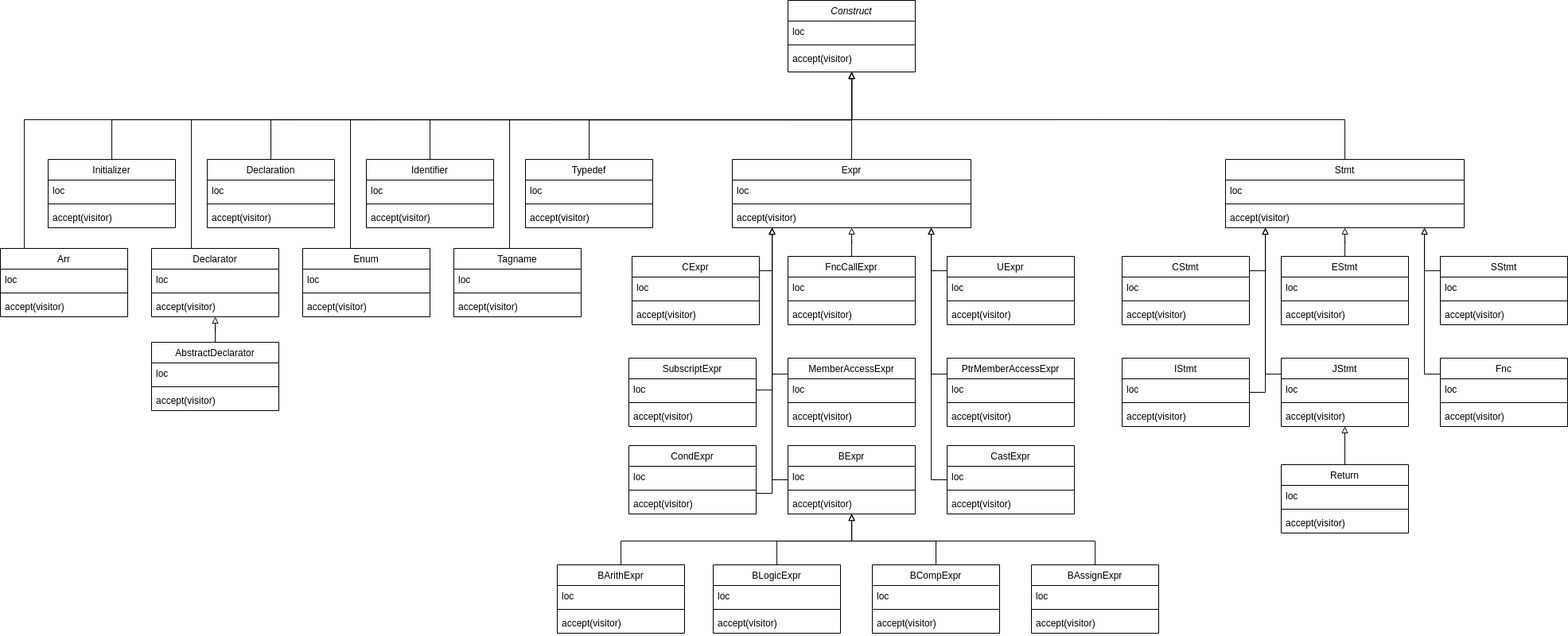
hruboson/memviz keeps this draw.io diagram as doc/ast.drawio.png. Above is the earlier version. Source tidied: cells renumbered, new cells last; positions are measured from the earlier drawing's top-left corner, leaving out a move shared by most shapes.
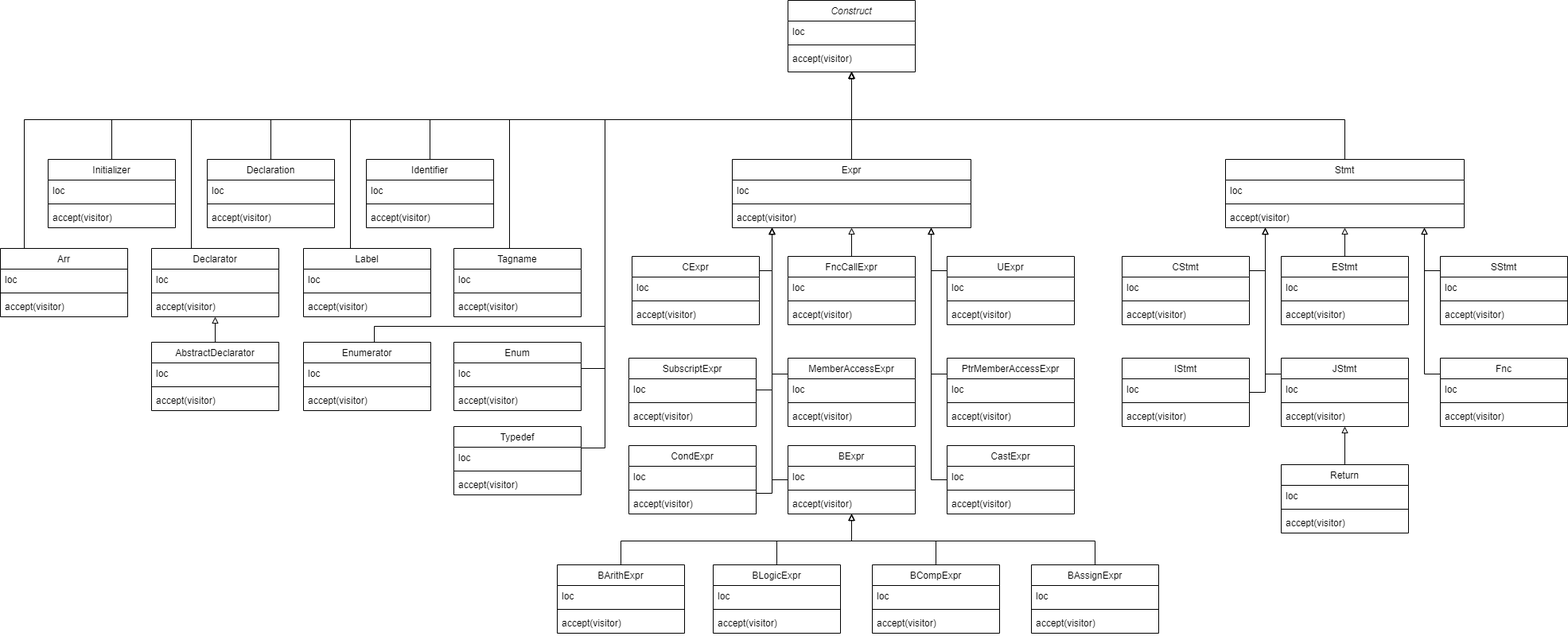
Above is the later version.

What changed in the source:
```diff
@@ -2,6 +2,24 @@
   <root>
     <mxCell id="0" />
     <mxCell id="1" parent="0" />
+    <mxCell id="161" style="edgeStyle=orthogonalEdgeStyle;rounded=0;jettySize=auto;html=1;endArrow=block;endFill=0;" parent="1" edge="1" source="167" target="2">
+      <mxGeometry relative="1" as="geometry">
+        <Array as="points">
+          <mxPoint x="440" y="150" />
+          <mxPoint x="1070" y="150" />
+        </Array>
+      </mxGeometry>
+    </mxCell>
+    <mxCell id="162" style="edgeStyle=orthogonalEdgeStyle;rounded=0;jettySize=auto;html=1;endArrow=block;endFill=0;" parent="1" edge="1" source="163" target="2">
+      <mxGeometry relative="1" as="geometry">
+        <Array as="points">
+          <mxPoint x="470" y="410" />
+          <mxPoint x="760" y="410" />
+          <mxPoint x="760" y="150" />
+          <mxPoint x="1070" y="150" />
+        </Array>
+      </mxGeometry>
+    </mxCell>
     <mxCell id="2" value="Construct" style="swimlane;fontStyle=2;align=center;verticalAlign=top;horizontal=1;startSize=26;rounded=0;shadow=0;strokeWidth=1;" parent="1" vertex="1">
       <mxGeometry x="990" width="160" height="90" as="geometry" />
     </mxCell>
@@ -112,13 +130,14 @@
     <mxCell id="31" style="edgeStyle=orthogonalEdgeStyle;rounded=0;jettySize=auto;html=1;endArrow=block;endFill=0;" parent="1" edge="1" source="32" target="2">
       <mxGeometry relative="1" as="geometry">
         <Array as="points">
-          <mxPoint x="440" y="150" />
+          <mxPoint x="760" y="463" />
+          <mxPoint x="760" y="150" />
           <mxPoint x="1070" y="150" />
         </Array>
       </mxGeometry>
     </mxCell>
     <mxCell id="32" value="Enum" style="swimlane;fontStyle=0;align=center;verticalAlign=top;horizontal=1;startSize=26;rounded=0;shadow=0;strokeWidth=1;" parent="1" vertex="1">
-      <mxGeometry x="380" y="312" width="160" height="86" as="geometry" />
+      <mxGeometry x="570" y="430" width="160" height="86" as="geometry" />
     </mxCell>
     <mxCell id="33" value="loc" style="text;align=left;verticalAlign=top;spacingLeft=4;spacingRight=4;overflow=hidden;rounded=0;shadow=0;html=0;" parent="32" vertex="1">
       <mxGeometry y="26" width="160" height="26" as="geometry" />
@@ -584,13 +603,14 @@
     <mxCell id="156" style="edgeStyle=orthogonalEdgeStyle;rounded=0;jettySize=auto;html=1;endArrow=block;endFill=0;" parent="1" edge="1" source="157" target="2">
       <mxGeometry relative="1" as="geometry">
         <Array as="points">
-          <mxPoint x="740" y="150" />
+          <mxPoint x="760" y="563" />
+          <mxPoint x="760" y="150" />
           <mxPoint x="1070" y="150" />
         </Array>
       </mxGeometry>
     </mxCell>
     <mxCell id="157" value="Typedef" style="swimlane;fontStyle=0;align=center;verticalAlign=top;horizontal=1;startSize=26;rounded=0;shadow=0;strokeWidth=1;" parent="1" vertex="1">
-      <mxGeometry x="660" y="200" width="160" height="86" as="geometry" />
+      <mxGeometry x="570" y="536" width="160" height="86" as="geometry" />
     </mxCell>
     <mxCell id="158" value="loc" style="text;align=left;verticalAlign=top;spacingLeft=4;spacingRight=4;overflow=hidden;rounded=0;shadow=0;html=0;" parent="157" vertex="1">
       <mxGeometry y="26" width="160" height="26" as="geometry" />
@@ -601,5 +621,29 @@
     <mxCell id="160" value="accept(visitor)" style="text;align=left;verticalAlign=top;spacingLeft=4;spacingRight=4;overflow=hidden;rounded=0;shadow=0;html=0;" parent="157" vertex="1">
       <mxGeometry y="60" width="160" height="26" as="geometry" />
     </mxCell>
+    <mxCell id="163" value="Enumerator" style="swimlane;fontStyle=0;align=center;verticalAlign=top;horizontal=1;startSize=26;rounded=0;shadow=0;strokeWidth=1;" parent="1" vertex="1">
+      <mxGeometry x="381" y="430" width="160" height="86" as="geometry" />
+    </mxCell>
+    <mxCell id="164" value="loc" style="text;align=left;verticalAlign=top;spacingLeft=4;spacingRight=4;overflow=hidden;rounded=0;shadow=0;html=0;" parent="163" vertex="1">
+      <mxGeometry y="26" width="160" height="26" as="geometry" />
+    </mxCell>
+    <mxCell id="165" style="line;html=1;strokeWidth=1;align=left;verticalAlign=middle;spacingTop=-1;spacingLeft=3;spacingRight=3;labelPosition=right;" parent="163" vertex="1">
+      <mxGeometry y="52" width="160" height="8" as="geometry" />
+    </mxCell>
+    <mxCell id="166" value="accept(visitor)" style="text;align=left;verticalAlign=top;spacingLeft=4;spacingRight=4;overflow=hidden;rounded=0;shadow=0;html=0;" parent="163" vertex="1">
+      <mxGeometry y="60" width="160" height="26" as="geometry" />
+    </mxCell>
+    <mxCell id="167" value="Label" style="swimlane;fontStyle=0;align=center;verticalAlign=top;horizontal=1;startSize=26;rounded=0;shadow=0;strokeWidth=1;" parent="1" vertex="1">
+      <mxGeometry x="381" y="312" width="160" height="86" as="geometry" />
+    </mxCell>
+    <mxCell id="168" value="loc" style="text;align=left;verticalAlign=top;spacingLeft=4;spacingRight=4;overflow=hidden;rounded=0;shadow=0;html=0;" parent="167" vertex="1">
+      <mxGeometry y="26" width="160" height="26" as="geometry" />
+    </mxCell>
+    <mxCell id="169" style="line;html=1;strokeWidth=1;align=left;verticalAlign=middle;spacingTop=-1;spacingLeft=3;spacingRight=3;labelPosition=right;" parent="167" vertex="1">
+      <mxGeometry y="52" width="160" height="8" as="geometry" />
+    </mxCell>
+    <mxCell id="170" value="accept(visitor)" style="text;align=left;verticalAlign=top;spacingLeft=4;spacingRight=4;overflow=hidden;rounded=0;shadow=0;html=0;" parent="167" vertex="1">
+      <mxGeometry y="60" width="160" height="26" as="geometry" />
+    </mxCell>
   </root>
 </mxGraphModel>
```
